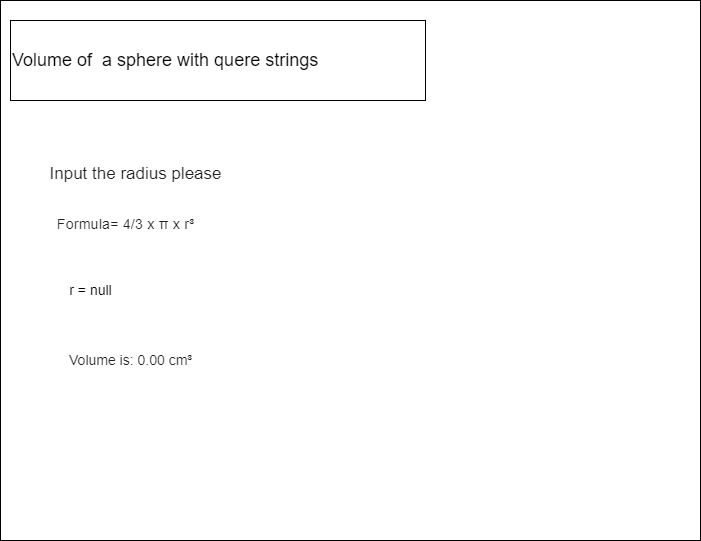
This is design/story-board.png from Emmanuel-Fofeyin/ICS2O-Unit6-04-HTML, a draw.io export, as it was before one commit. Source tidied: cells renumbered, new cells last; positions are measured from the earlier drawing's top-left corner, leaving out a move shared by most shapes. The source it was exported from:
```xml
<mxGraphModel>
  <root>
    <mxCell id="0" />
    <mxCell id="1" parent="0" />
    <mxCell id="2" style="rounded=0;whiteSpace=wrap;html=1;" parent="1" vertex="1">
      <mxGeometry width="700" height="540" as="geometry" />
    </mxCell>
    <mxCell id="3" value="&lt;font style=&quot;font-size: 18px&quot;&gt;Volume of&amp;nbsp; a sphere with quere strings&lt;/font&gt;" style="rounded=0;whiteSpace=wrap;html=1;align=left;" parent="1" vertex="1">
      <mxGeometry x="10" y="20" width="415" height="80" as="geometry" />
    </mxCell>
    <mxCell id="4" value="&lt;h4 style=&quot;padding: 0px ; font-family: &amp;#34;roboto&amp;#34; , &amp;#34;helvetica&amp;#34; , &amp;#34;arial&amp;#34; , sans-serif ; font-weight: 400 ; line-height: 32px ; margin: 24px 0px 16px ; color: rgba(0 , 0 , 0 , 0.87) ; font-size: 17px&quot;&gt;&lt;font style=&quot;font-size: 17px&quot;&gt;Input the radius please&lt;/font&gt;&lt;/h4&gt;&lt;div style=&quot;font-size: 17px&quot;&gt;&lt;br&gt;&lt;/div&gt;" style="text;html=1;align=center;verticalAlign=middle;strokeColor=none;fillColor=none;fontSize=18;" parent="1" vertex="1">
      <mxGeometry x="40" y="130" width="190" height="100" as="geometry" />
    </mxCell>
    <mxCell id="5" value="&lt;h5 style=&quot;padding: 0px ; font-weight: 500 ; line-height: 1 ; letter-spacing: 0.02em ; font-family: &amp;#34;roboto&amp;#34; , &amp;#34;helvetica&amp;#34; , &amp;#34;arial&amp;#34; , sans-serif ; margin: 24px 0px 16px ; color: rgba(0 , 0 , 0 , 0.87)&quot;&gt;&lt;font style=&quot;font-size: 14px&quot;&gt;Formula= 4/3 x π x r³&lt;/font&gt;&lt;/h5&gt;&lt;div id=&quot;dimensions&quot; style=&quot;color: rgba(0 , 0 , 0 , 0.87) ; font-family: &amp;#34;helvetica&amp;#34; , &amp;#34;arial&amp;#34; , sans-serif ; font-size: 14px ; background-color: rgb(255 , 182 , 193)&quot;&gt;&lt;ul style=&quot;letter-spacing: 0px ; line-height: 24px&quot;&gt;&lt;/ul&gt;&lt;/div&gt;" style="text;html=1;align=center;verticalAlign=middle;strokeColor=none;fillColor=none;fontSize=17;" parent="1" vertex="1">
      <mxGeometry x="50" y="190" width="150" height="60" as="geometry" />
    </mxCell>
    <mxCell id="6" value="r = null" style="text;html=1;align=center;verticalAlign=middle;strokeColor=none;fillColor=none;fontSize=14;" parent="1" vertex="1">
      <mxGeometry x="60" y="280" width="60" height="20" as="geometry" />
    </mxCell>
    <mxCell id="7" value="&lt;span style=&quot;color: rgba(0 , 0 , 0 , 0.87) ; font-family: &amp;#34;helvetica&amp;#34; , &amp;#34;arial&amp;#34; , sans-serif&quot;&gt;Volume is: 0.00 cm³&lt;/span&gt;" style="text;html=1;align=center;verticalAlign=middle;strokeColor=none;fillColor=none;fontSize=14;" parent="1" vertex="1">
      <mxGeometry x="60" y="350" width="140" height="20" as="geometry" />
    </mxCell>
  </root>
</mxGraphModel>
```
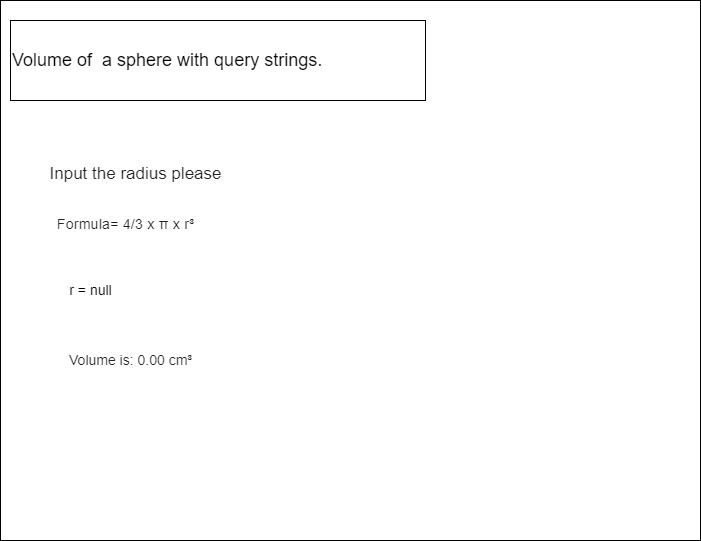
After the commit.

Change to the diagram source:
```diff
@@ -5,7 +5,7 @@
     <mxCell id="2" style="rounded=0;whiteSpace=wrap;html=1;" parent="1" vertex="1">
       <mxGeometry width="700" height="540" as="geometry" />
     </mxCell>
-    <mxCell id="3" value="&lt;font style=&quot;font-size: 18px&quot;&gt;Volume of&amp;nbsp; a sphere with quere strings&lt;/font&gt;" style="rounded=0;whiteSpace=wrap;html=1;align=left;" parent="1" vertex="1">
+    <mxCell id="3" value="&lt;font style=&quot;font-size: 18px&quot;&gt;Volume of&amp;nbsp; a sphere with query strings.&lt;/font&gt;" style="rounded=0;whiteSpace=wrap;html=1;align=left;" parent="1" vertex="1">
       <mxGeometry x="10" y="20" width="415" height="80" as="geometry" />
     </mxCell>
     <mxCell id="4" value="&lt;h4 style=&quot;padding: 0px ; font-family: &amp;#34;roboto&amp;#34; , &amp;#34;helvetica&amp;#34; , &amp;#34;arial&amp;#34; , sans-serif ; font-weight: 400 ; line-height: 32px ; margin: 24px 0px 16px ; color: rgba(0 , 0 , 0 , 0.87) ; font-size: 17px&quot;&gt;&lt;font style=&quot;font-size: 17px&quot;&gt;Input the radius please&lt;/font&gt;&lt;/h4&gt;&lt;div style=&quot;font-size: 17px&quot;&gt;&lt;br&gt;&lt;/div&gt;" style="text;html=1;align=center;verticalAlign=middle;strokeColor=none;fillColor=none;fontSize=18;" parent="1" vertex="1">
```
